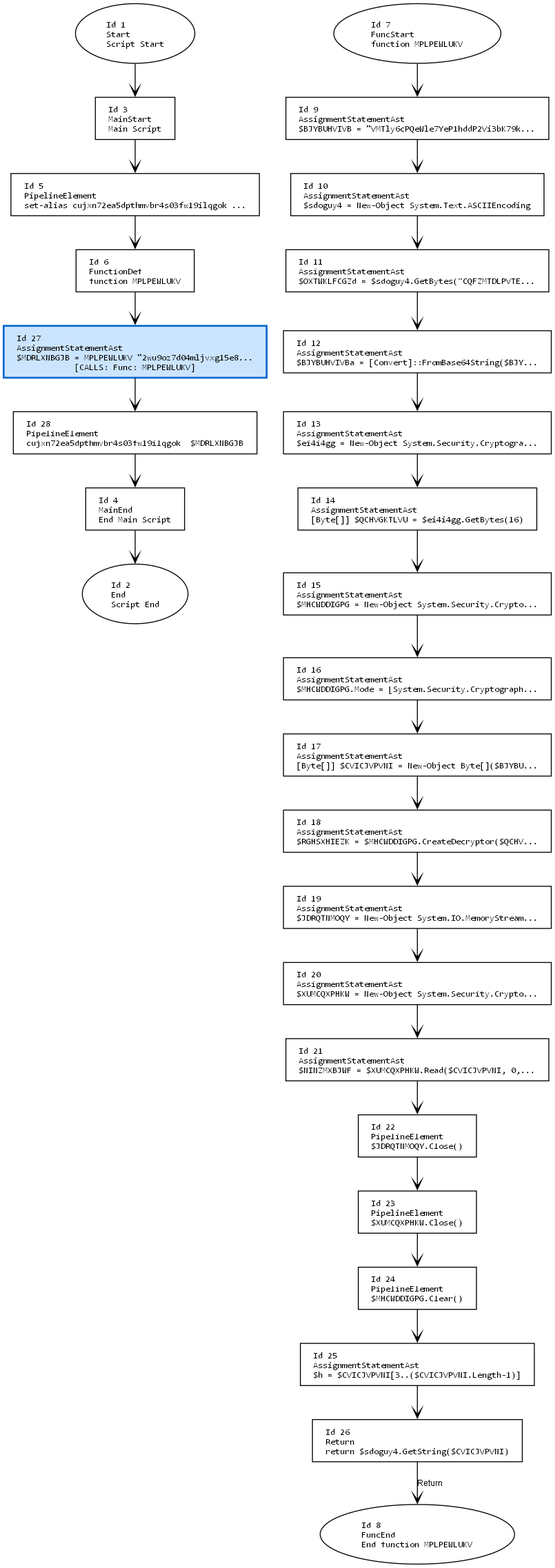
Above: in/in.png in mine41/deob (Graphviz), before the change. Its source is kept beside it as in/in.dot.
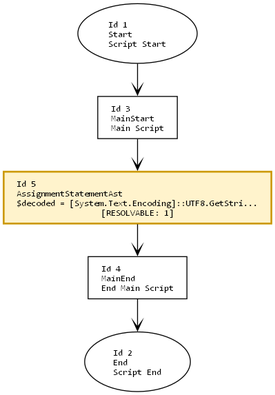
The same diagram one commit later.

Change to the diagram source:
```diff
@@ -14,55 +14,10 @@
     2 [label="Id 2\lEnd\lScript End", shape=oval];
     3 [label="Id 3\lMainStart\lMain Script", shape=box];
     4 [label="Id 4\lMainEnd\lEnd Main Script", shape=box];
-    5 [label="Id 5\lPipelineElement\lset-alias cujxn72ea5dpthmvbr4s03fw19ilqgok ...", shape=box];
-    6 [label="Id 6\lFunctionDef\lfunction MPLPEWLUKV", shape=box];
-    7 [label="Id 7\lFuncStart\lfunction MPLPEWLUKV", shape=oval];
-    8 [label="Id 8\lFuncEnd\lEnd function MPLPEWLUKV", shape=oval];
-    9 [label="Id 9\lAssignmentStatementAst\l$BJYBUHVIVB = \"VMTly6cPQeWle7YeP1hddP2Vi3bK79k...", shape=box];
-    10 [label="Id 10\lAssignmentStatementAst\l$sdoguy4 = New-Object System.Text.ASCIIEncoding", shape=box];
-    11 [label="Id 11\lAssignmentStatementAst\l$OXTWKLFCGZd = $sdoguy4.GetBytes(\"CQFZMTDLPVTE...", shape=box];
-    12 [label="Id 12\lAssignmentStatementAst\l$BJYBUHVIVBa = [Convert]::FromBase64String($BJY...", shape=box];
-    13 [label="Id 13\lAssignmentStatementAst\l$ei4i4gg = New-Object System.Security.Cryptogra...", shape=box];
-    14 [label="Id 14\lAssignmentStatementAst\l[Byte[]] $QCHVGKTLVU = $ei4i4gg.GetBytes(16)", shape=box];
-    15 [label="Id 15\lAssignmentStatementAst\l$MHCWDDIGPG = New-Object System.Security.Crypto...", shape=box];
-    16 [label="Id 16\lAssignmentStatementAst\l$MHCWDDIGPG.Mode = [System.Security.Cryptograph...", shape=box];
-    17 [label="Id 17\lAssignmentStatementAst\l[Byte[]] $CVICJVPVNI = New-Object Byte[]($BJYBU...", shape=box];
-    18 [label="Id 18\lAssignmentStatementAst\l$RGHSXHIEZK = $MHCWDDIGPG.CreateDecryptor($QCHV...", shape=box];
-    19 [label="Id 19\lAssignmentStatementAst\l$JDRQTNMOQY = New-Object System.IO.MemoryStream...", shape=box];
-    20 [label="Id 20\lAssignmentStatementAst\l$XUMCQXPHKW = New-Object System.Security.Crypto...", shape=box];
-    21 [label="Id 21\lAssignmentStatementAst\l$NINZMXBJWF = $XUMCQXPHKW.Read($CVICJVPVNI, 0,...", shape=box];
-    22 [label="Id 22\lPipelineElement\l$JDRQTNMOQY.Close()", shape=box];
-    23 [label="Id 23\lPipelineElement\l$XUMCQXPHKW.Close()", shape=box];
-    24 [label="Id 24\lPipelineElement\l$MHCWDDIGPG.Clear()", shape=box];
-    25 [label="Id 25\lAssignmentStatementAst\l$h = $CVICJVPVNI[3..($CVICJVPVNI.Length-1)]", shape=box];
-    26 [label="Id 26\lReturn\lreturn $sdoguy4.GetString($CVICJVPVNI)", shape=box];
-    27 [label="Id 27\lAssignmentStatementAst\l$MDRLXNBGJB = MPLPEWLUKV \"2wu9oz7d04mljvxg15e8...\l[CALLS: Func: MPLPEWLUKV]", shape=box, style=filled, fillcolor="#cce5ff", color="#0066cc", penwidth=2];
-    28 [label="Id 28\lPipelineElement\lcujxn72ea5dpthmvbr4s03fw19ilqgok  $MDRLXNBGJB", shape=box];
+    5 [label="Id 5\lAssignmentStatementAst\l$decoded = [System.Text.Encoding]::UTF8.GetStri...\l[RESOLVABLE: 1]", shape=box, style=filled, fillcolor="#fff3cc", color="#cc9900", penwidth=2];
 
     1 -> 3;
     3 -> 5;
-    5 -> 6;
-    7 -> 9;
-    9 -> 10;
-    10 -> 11;
-    11 -> 12;
-    12 -> 13;
-    13 -> 14;
-    14 -> 15;
-    15 -> 16;
-    16 -> 17;
-    17 -> 18;
-    18 -> 19;
-    19 -> 20;
-    20 -> 21;
-    21 -> 22;
-    22 -> 23;
-    23 -> 24;
-    24 -> 25;
-    25 -> 26;
-    26 -> 8 [label="Return"];
-    6 -> 27;
-    27 -> 28;
-    28 -> 4;
+    5 -> 4;
     4 -> 2;
 }
```
